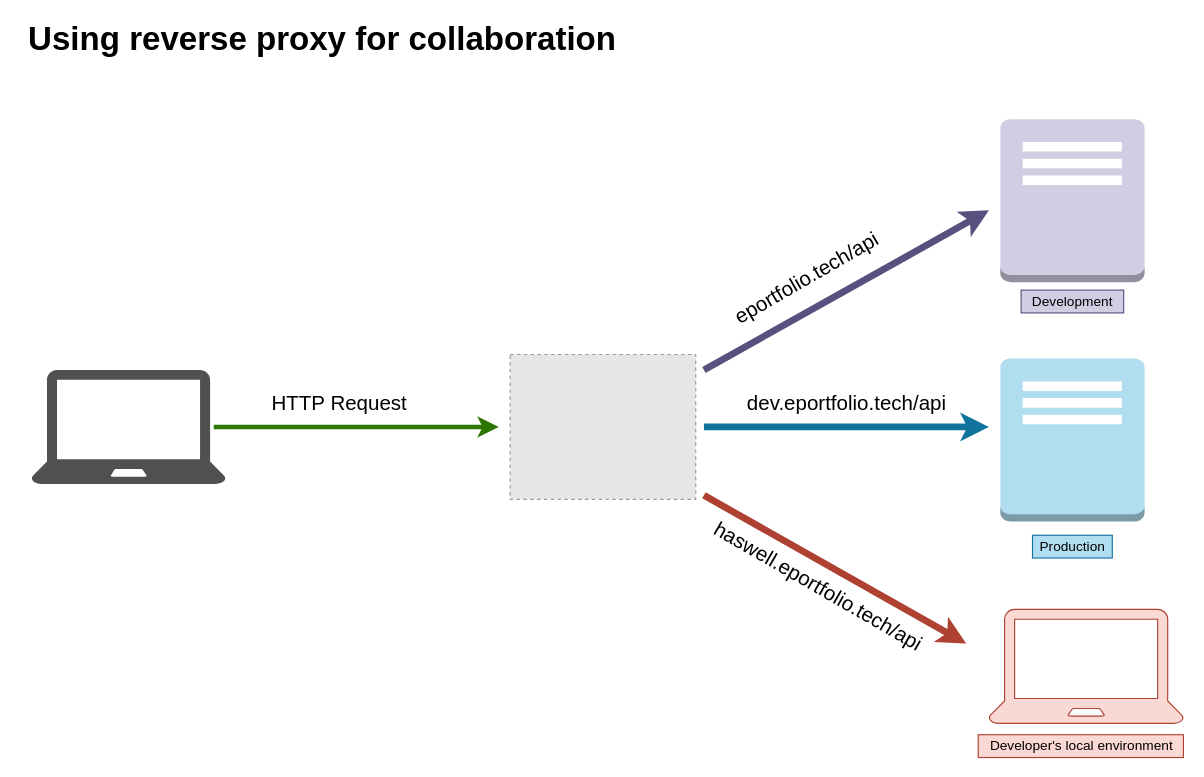
The draw.io diagram diagram/reverse-proxy.drawio in eportfolio-tech/server, before the edit. Source tidied: cells renumbered, new cells numbered last; positions are measured from the earlier drawing's top-left corner, leaving out a move shared by most shapes. Both pictures are drawn from the tidied source at 114%, with x=0, y=0 at pixel (19, 27). Pictures stored in the file or linked from it are replaced by grey dashed boxes.
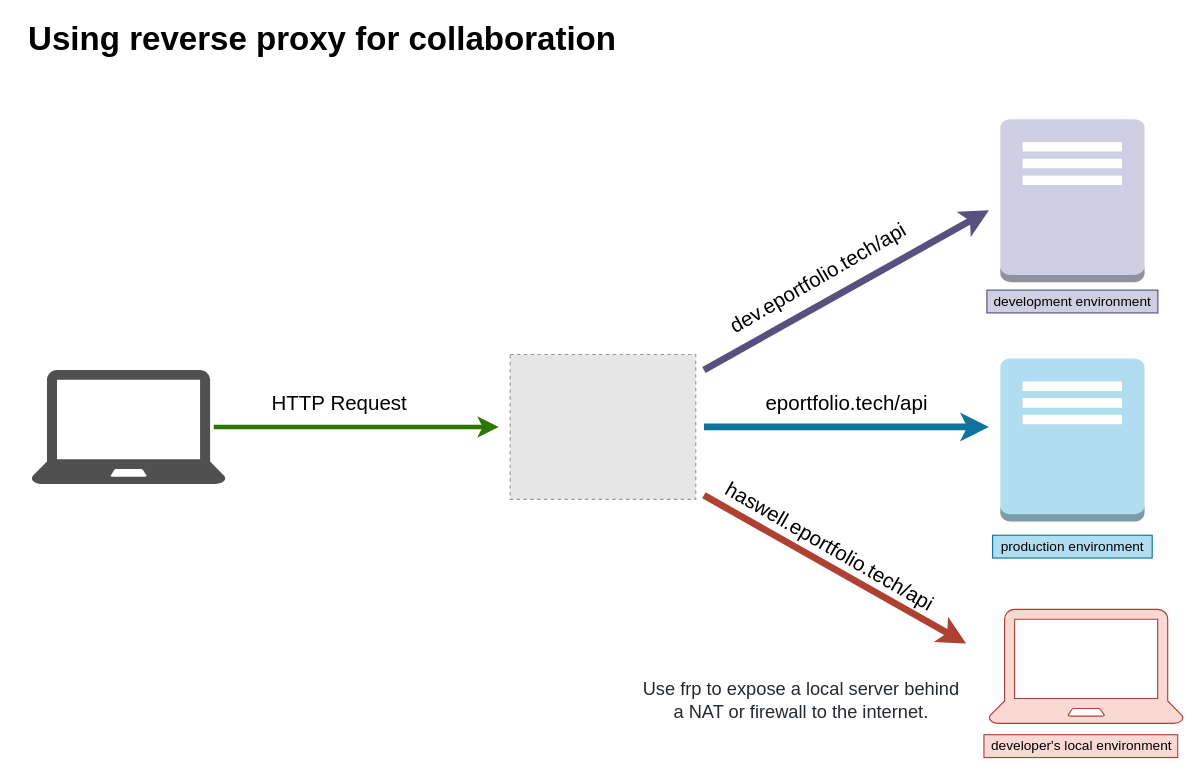
Above is the later version.

Commit message:
fix: Fix reverse-proxy diagram

Diff of the diagram source:
```diff
@@
     <mxCell id="3" value="&lt;font style=&quot;font-size: 18px&quot;&gt;haswell.eportfolio.tech/api&lt;/font&gt;" style="text;html=1;align=center;verticalAlign=middle;strokeWidth=18;rotation=30;" parent="1" vertex="1">
-      <mxGeometry x="590" y="480" width="220" height="20" as="geometry" />
+      <mxGeometry x="600" y="445" width="220" height="20" as="geometry" />
     </mxCell>
@@
-    <mxCell id="10" value="&lt;font style=&quot;font-size: 18px&quot;&gt;eportfolio.tech/api&lt;/font&gt;" style="text;html=1;align=center;verticalAlign=middle;rotation=-30;" parent="1" vertex="1">
-      <mxGeometry x="610" y="210" width="160" height="20" as="geometry" />
+    <mxCell id="10" value="&lt;font style=&quot;font-size: 18px&quot;&gt;dev.eportfolio.tech/api&lt;/font&gt;" style="text;html=1;align=center;verticalAlign=middle;rotation=-30;" parent="1" vertex="1">
+      <mxGeometry x="605" y="210" width="190" height="20" as="geometry" />
     </mxCell>
-    <mxCell id="11" value="&lt;font style=&quot;font-size: 18px&quot;&gt;dev.eportfolio.tech/api&lt;/font&gt;" style="text;html=1;align=center;verticalAlign=middle;" parent="1" vertex="1">
-      <mxGeometry x="630" y="320" width="190" height="20" as="geometry" />
+    <mxCell id="11" value="&lt;font style=&quot;font-size: 18px&quot;&gt;eportfolio.tech/api&lt;/font&gt;" style="text;html=1;align=center;verticalAlign=middle;" parent="1" vertex="1">
+      <mxGeometry x="645" y="320" width="160" height="20" as="geometry" />
     </mxCell>
@@
-    <mxCell id="15" value="Development" style="text;html=1;align=center;verticalAlign=middle;fillColor=#d0cee2;strokeColor=#56517e;" parent="1" vertex="1">
-      <mxGeometry x="878.2" y="230" width="90" height="20" as="geometry" />
+    <mxCell id="15" value="development environment" style="text;html=1;align=center;verticalAlign=middle;fillColor=#d0cee2;strokeColor=#56517e;" parent="1" vertex="1">
+      <mxGeometry x="848.2" y="230" width="150" height="20" as="geometry" />
     </mxCell>
-    <mxCell id="16" value="&lt;font style=&quot;font-size: 12px&quot;&gt;Production&lt;/font&gt;" style="text;html=1;align=center;verticalAlign=middle;fillColor=#b1ddf0;strokeColor=#10739e;strokeWidth=1;" parent="1" vertex="1">
-      <mxGeometry x="888.2" y="445" width="70" height="20" as="geometry" />
+    <mxCell id="16" value="&lt;font style=&quot;font-size: 12px&quot;&gt;production environment&lt;/font&gt;" style="text;html=1;align=center;verticalAlign=middle;fillColor=#b1ddf0;strokeColor=#10739e;strokeWidth=1;" parent="1" vertex="1">
+      <mxGeometry x="853.2" y="445" width="140" height="20" as="geometry" />
     </mxCell>
-    <mxCell id="17" value="Developer's local environment" style="text;html=1;align=center;verticalAlign=middle;fillColor=#fad9d5;strokeColor=#ae4132;" parent="1" vertex="1">
-      <mxGeometry x="840.6" y="620" width="180" height="20" as="geometry" />
+    <mxCell id="17" value="developer's local environment" style="text;html=1;align=center;verticalAlign=middle;fillColor=#fad9d5;strokeColor=#ae4132;" parent="1" vertex="1">
+      <mxGeometry x="845.6" y="620" width="170" height="20" as="geometry" />
     </mxCell>
@@
+    <mxCell id="19" value="&lt;span style=&quot;color: rgb(36 , 41 , 46) ; font-family: , , &amp;#34;segoe ui&amp;#34; , &amp;#34;helvetica&amp;#34; , &amp;#34;arial&amp;#34; , sans-serif , &amp;#34;apple color emoji&amp;#34; , &amp;#34;segoe ui emoji&amp;#34; ; font-size: 16px ; background-color: rgb(255 , 255 , 255)&quot;&gt;Use frp to expose a local server behind &lt;br&gt;a NAT or firewall to the internet.&lt;/span&gt;" style="text;html=1;align=center;verticalAlign=middle;rotation=0;" parent="1" vertex="1">
+      <mxGeometry x="540" y="570" width="290" height="40" as="geometry" />
+    </mxCell>
```
